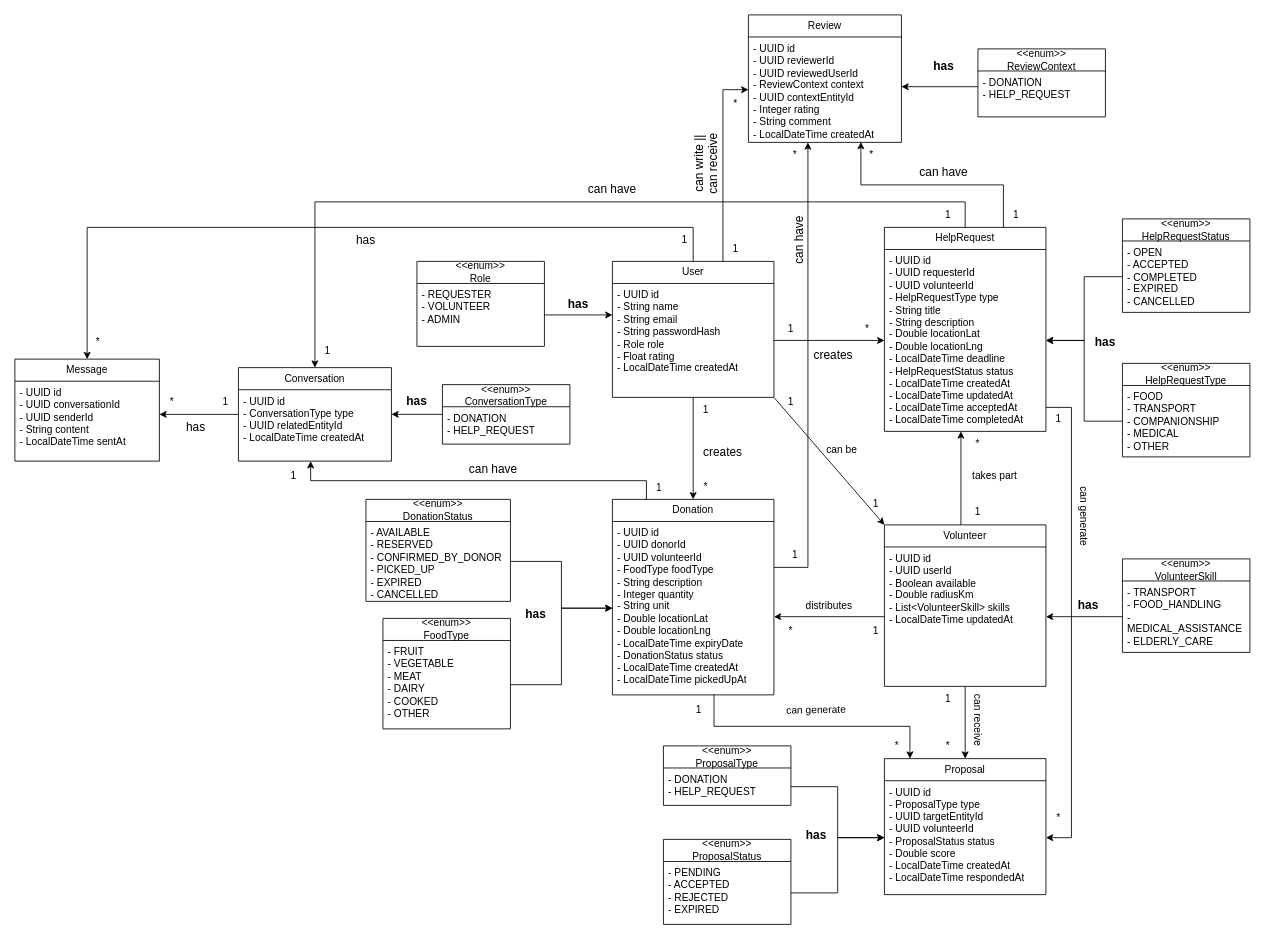
Above: docs/class-diagram-community-help.drawio in Chuckytin/community-help-pro (draw.io), before the change. Source tidied: cells renumbered, new cells numbered last; positions are measured from the earlier drawing's top-left corner, leaving out a move shared by most shapes. Both pictures are drawn from the tidied source at 85%, with x=0, y=0 at pixel (14, 14).
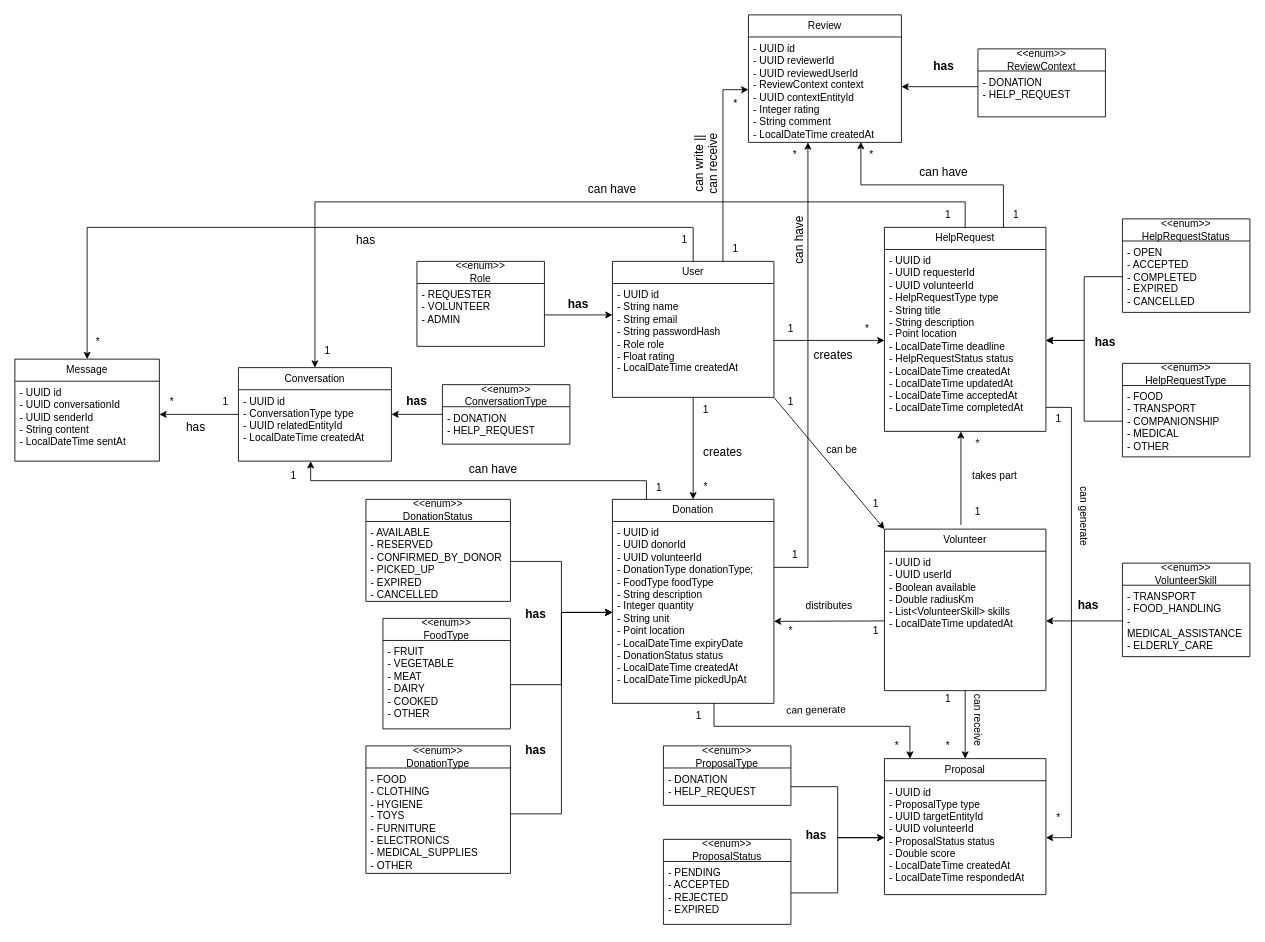
The same page after the edit.

Commit message:
Correción diagramas latitude y longitude de Double a Point

The change refers to these unchanged cells:
```xml
<mxCell id="8" value="HelpRequest" style="swimlane;fontStyle=0;horizontal=1;startSize=26;fillColor=none;whiteSpace=wrap;html=1;" parent="1" vertex="1">
  <mxGeometry x="1023" y="250" width="190" height="240" as="geometry" />
</mxCell>
```

The edit, as a diff of the source:
```diff
@@
-    <mxCell id="9" value="&lt;div&gt;- UUID id&lt;/div&gt;&lt;div&gt;- UUID requesterId&lt;/div&gt;&lt;div&gt;- UUID volunteerId&lt;/div&gt;&lt;div&gt;- HelpRequestType type&lt;/div&gt;&lt;div&gt;- String title&lt;/div&gt;&lt;div&gt;- String description&lt;/div&gt;&lt;div&gt;- Double locationLat&lt;/div&gt;&lt;div&gt;- Double locationLng&lt;/div&gt;&lt;div&gt;- LocalDateTime deadline&lt;/div&gt;&lt;div&gt;- HelpRequestStatus status&lt;/div&gt;&lt;div&gt;- LocalDateTime createdAt&lt;/div&gt;&lt;div&gt;- LocalDateTime updatedAt&lt;/div&gt;&lt;div&gt;- LocalDateTime acceptedAt&lt;/div&gt;&lt;div&gt;- LocalDateTime completedAt&lt;/div&gt;" style="text;strokeColor=none;fillColor=none;align=left;verticalAlign=top;spacingLeft=4;spacingRight=4;overflow=hidden;points=[[0,0.5],[1,0.5]];portConstraint=eastwest;whiteSpace=wrap;html=1;" parent="8" vertex="1">
+    <mxCell id="9" value="&lt;div&gt;- UUID id&lt;/div&gt;&lt;div&gt;- UUID requesterId&lt;/div&gt;&lt;div&gt;- UUID volunteerId&lt;/div&gt;&lt;div&gt;- HelpRequestType type&lt;/div&gt;&lt;div&gt;- String title&lt;/div&gt;&lt;div&gt;- String description&lt;/div&gt;&lt;div&gt;- Point location&lt;/div&gt;&lt;div&gt;- LocalDateTime deadline&lt;/div&gt;&lt;div&gt;- HelpRequestStatus status&lt;/div&gt;&lt;div&gt;- LocalDateTime createdAt&lt;/div&gt;&lt;div&gt;- LocalDateTime updatedAt&lt;/div&gt;&lt;div&gt;- LocalDateTime acceptedAt&lt;/div&gt;&lt;div&gt;- LocalDateTime completedAt&lt;/div&gt;" style="text;strokeColor=none;fillColor=none;align=left;verticalAlign=top;spacingLeft=4;spacingRight=4;overflow=hidden;points=[[0,0.5],[1,0.5]];portConstraint=eastwest;whiteSpace=wrap;html=1;" parent="8" vertex="1">
       <mxGeometry y="26" width="190" height="214" as="geometry" />
     </mxCell>
@@
     <mxCell id="11" value="Donation" style="swimlane;fontStyle=0;horizontal=1;startSize=26;fillColor=none;whiteSpace=wrap;html=1;" parent="1" vertex="1">
-      <mxGeometry x="703" y="570" width="190" height="230" as="geometry" />
+      <mxGeometry x="703" y="570" width="190" height="240" as="geometry" />
     </mxCell>
-    <mxCell id="12" value="&lt;div&gt;- UUID id&lt;/div&gt;&lt;div&gt;- UUID donorId&lt;/div&gt;&lt;div&gt;- UUID volunteerId&lt;/div&gt;&lt;div&gt;- FoodType foodType&lt;/div&gt;&lt;div&gt;- String description&lt;/div&gt;&lt;div&gt;- Integer quantity&lt;/div&gt;&lt;div&gt;- String unit&lt;/div&gt;&lt;div&gt;- Double locationLat&lt;/div&gt;&lt;div&gt;- Double locationLng&lt;/div&gt;&lt;div&gt;- LocalDateTime expiryDate&lt;/div&gt;&lt;div&gt;- DonationStatus status&lt;/div&gt;&lt;div&gt;- LocalDateTime createdAt&lt;/div&gt;&lt;div&gt;- LocalDateTime pickedUpAt&lt;/div&gt;" style="text;strokeColor=none;fillColor=none;align=left;verticalAlign=top;spacingLeft=4;spacingRight=4;overflow=hidden;points=[[0,0.5],[1,0.5]];portConstraint=eastwest;whiteSpace=wrap;html=1;" parent="11" vertex="1">
-      <mxGeometry y="26" width="190" height="204" as="geometry" />
+    <mxCell id="12" value="&lt;div&gt;- UUID id&lt;/div&gt;&lt;div&gt;- UUID donorId&lt;/div&gt;&lt;div&gt;- UUID volunteerId&lt;/div&gt;&lt;div&gt;- DonationType donationType;&lt;/div&gt;&lt;div&gt;- FoodType foodType&lt;/div&gt;&lt;div&gt;- String description&lt;/div&gt;&lt;div&gt;- Integer quantity&lt;/div&gt;&lt;div&gt;- String unit&lt;/div&gt;&lt;div&gt;- Point location&lt;/div&gt;&lt;div&gt;- LocalDateTime expiryDate&lt;/div&gt;&lt;div&gt;- DonationStatus status&lt;/div&gt;&lt;div&gt;- LocalDateTime createdAt&lt;/div&gt;&lt;div&gt;- LocalDateTime pickedUpAt&lt;/div&gt;" style="text;strokeColor=none;fillColor=none;align=left;verticalAlign=top;spacingLeft=4;spacingRight=4;overflow=hidden;points=[[0,0.5],[1,0.5]];portConstraint=eastwest;whiteSpace=wrap;html=1;" parent="11" vertex="1">
+      <mxGeometry y="26" width="190" height="214" as="geometry" />
     </mxCell>
@@
     <mxCell id="14" value="Volunteer" style="swimlane;fontStyle=0;horizontal=1;startSize=26;fillColor=none;whiteSpace=wrap;html=1;" parent="1" vertex="1">
-      <mxGeometry x="1023" y="600" width="190" height="190" as="geometry" />
+      <mxGeometry x="1023" y="605" width="190" height="190" as="geometry" />
     </mxCell>
@@
     <mxCell id="24" value="&amp;lt;&amp;lt;enum&amp;gt;&amp;gt;&lt;div&gt;VolunteerSkill&lt;/div&gt;" style="swimlane;fontStyle=0;horizontal=1;startSize=26;fillColor=none;whiteSpace=wrap;html=1;" parent="1" vertex="1">
-      <mxGeometry x="1303" y="640" width="150" height="110" as="geometry" />
+      <mxGeometry x="1303" y="645" width="150" height="110" as="geometry" />
     </mxCell>
@@
     <mxCell id="108" value="1" style="text;html=1;whiteSpace=wrap;strokeColor=none;fillColor=none;align=center;verticalAlign=middle;rounded=0;" parent="1" vertex="1">
-      <mxGeometry x="790" y="803" width="30" height="30" as="geometry" />
+      <mxGeometry x="790" y="810" width="30" height="30" as="geometry" />
     </mxCell>
@@
+    <mxCell id="115" value="&amp;lt;&amp;lt;enum&amp;gt;&amp;gt;&lt;div&gt;DonationType&lt;/div&gt;" style="swimlane;fontStyle=0;horizontal=1;startSize=26;fillColor=none;whiteSpace=wrap;html=1;" parent="1" vertex="1">
+      <mxGeometry x="413" y="860" width="170" height="150" as="geometry" />
+    </mxCell>
+    <mxCell id="116" value="&lt;div&gt;- FOOD&lt;/div&gt;&lt;div&gt;- CLOTHING&lt;/div&gt;&lt;div&gt;- HYGIENE&lt;/div&gt;&lt;div&gt;- TOYS&lt;/div&gt;&lt;div&gt;- FURNITURE&lt;/div&gt;&lt;div&gt;- ELECTRONICS&lt;/div&gt;&lt;div&gt;- MEDICAL_SUPPLIES&lt;/div&gt;&lt;div&gt;- OTHER&lt;/div&gt;" style="text;strokeColor=none;fillColor=none;align=left;verticalAlign=top;spacingLeft=4;spacingRight=4;overflow=hidden;points=[[0,0.5],[1,0.5]];portConstraint=eastwest;whiteSpace=wrap;html=1;" parent="115" vertex="1">
+      <mxGeometry y="26" width="170" height="124" as="geometry" />
+    </mxCell>
+    <mxCell id="117" style="edgeStyle=orthogonalEdgeStyle;rounded=0;jettySize=auto;html=1;entryX=0;entryY=0.5;entryDx=0;entryDy=0;" parent="1" edge="1" source="116" target="12">
+      <mxGeometry relative="1" as="geometry">
+        <Array as="points">
+          <mxPoint x="643" y="940" />
+          <mxPoint x="643" y="703" />
+        </Array>
+      </mxGeometry>
+    </mxCell>
+    <mxCell id="118" value="&lt;font style=&quot;font-size: 14px;&quot;&gt;&lt;b&gt;has&lt;/b&gt;&lt;/font&gt;" style="text;html=1;whiteSpace=wrap;strokeColor=none;fillColor=none;align=center;verticalAlign=middle;rounded=0;" parent="1" vertex="1">
+      <mxGeometry x="583" y="850" width="60" height="30" as="geometry" />
+    </mxCell>
```
